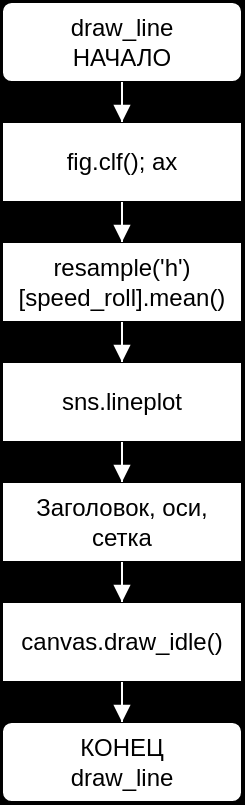
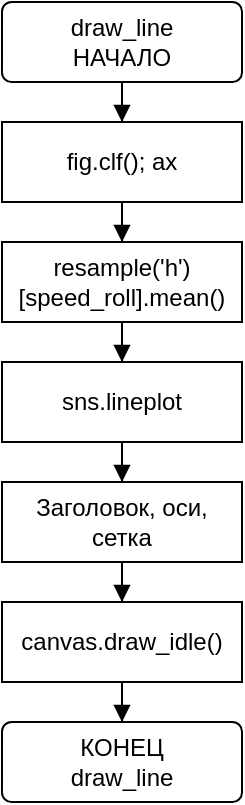
<mxfile host="Electron" version="29.6.1">
  <diagram name="Страница-1" id="d1">
-     <mxGraphModel dx="1400" dy="800" grid="1" gridSize="10" guides="1" tooltips="1" connect="1" arrows="1" fold="1" page="0" pageScale="1" pageWidth="827" pageHeight="1169" math="0" shadow="0" background="#000000">
+     <mxGraphModel dx="1400" dy="800" grid="1" gridSize="10" guides="1" tooltips="1" connect="1" arrows="1" fold="1" page="0" pageScale="1" pageWidth="827" pageHeight="1169" math="0" shadow="0" background="#ffffff">
      <root>
        <mxCell id="0" />
        <mxCell id="1" parent="0" />
        <mxCell id="a" value="&lt;div&gt;draw_line&lt;/div&gt;&lt;div&gt;НАЧАЛО&lt;/div&gt;" style="rounded=1;arcSize=12;whiteSpace=wrap;html=1;fillColor=#ffffff;strokeColor=#000000;fontColor=#000000;" vertex="1" parent="1"><mxGeometry x="160" y="0" width="120" height="40" as="geometry" /></mxCell>
        <mxCell id="p1" value="fig.clf(); ax" style="rounded=0;whiteSpace=wrap;html=1;fillColor=#ffffff;strokeColor=#000000;fontColor=#000000;" vertex="1" parent="1"><mxGeometry x="160" y="60" width="120" height="40" as="geometry" /></mxCell>
        <mxCell id="p2" value="resample('h')[speed_roll].mean()" style="rounded=0;whiteSpace=wrap;html=1;fillColor=#ffffff;strokeColor=#000000;fontColor=#000000;" vertex="1" parent="1"><mxGeometry x="160" y="120" width="120" height="40" as="geometry" /></mxCell>
        <mxCell id="p3" value="sns.lineplot" style="rounded=0;whiteSpace=wrap;html=1;fillColor=#ffffff;strokeColor=#000000;fontColor=#000000;" vertex="1" parent="1"><mxGeometry x="160" y="180" width="120" height="40" as="geometry" /></mxCell>
        <mxCell id="p4" value="Заголовок, оси, сетка" style="rounded=0;whiteSpace=wrap;html=1;fillColor=#ffffff;strokeColor=#000000;fontColor=#000000;" vertex="1" parent="1"><mxGeometry x="160" y="240" width="120" height="40" as="geometry" /></mxCell>
        <mxCell id="p5" value="canvas.draw_idle()" style="rounded=0;whiteSpace=wrap;html=1;fillColor=#ffffff;strokeColor=#000000;fontColor=#000000;" vertex="1" parent="1"><mxGeometry x="160" y="300" width="120" height="40" as="geometry" /></mxCell>
        <mxCell id="e" value="&lt;div&gt;КОНЕЦ&lt;/div&gt;&lt;div&gt;draw_line&lt;/div&gt;" style="rounded=1;arcSize=12;whiteSpace=wrap;html=1;fillColor=#ffffff;strokeColor=#000000;fontColor=#000000;" vertex="1" parent="1"><mxGeometry x="160" y="360" width="120" height="40" as="geometry" /></mxCell>
-         <mxCell id="e0" value="" style="edgeStyle=orthogonalEdgeStyle;rounded=0;orthogonalLoop=1;jettySize=auto;html=1;endArrow=block;endFill=1;strokeColor=#ffffff;fontColor=#ffffff;" edge="1" parent="1" source="a" target="p1"><mxGeometry relative="1" as="geometry" /></mxCell>
-         <mxCell id="e1" value="" style="edgeStyle=orthogonalEdgeStyle;rounded=0;orthogonalLoop=1;jettySize=auto;html=1;endArrow=block;endFill=1;strokeColor=#ffffff;fontColor=#ffffff;" edge="1" parent="1" source="p1" target="p2"><mxGeometry relative="1" as="geometry" /></mxCell>
-         <mxCell id="e2" value="" style="edgeStyle=orthogonalEdgeStyle;rounded=0;orthogonalLoop=1;jettySize=auto;html=1;endArrow=block;endFill=1;strokeColor=#ffffff;fontColor=#ffffff;" edge="1" parent="1" source="p2" target="p3"><mxGeometry relative="1" as="geometry" /></mxCell>
-         <mxCell id="e3" value="" style="edgeStyle=orthogonalEdgeStyle;rounded=0;orthogonalLoop=1;jettySize=auto;html=1;endArrow=block;endFill=1;strokeColor=#ffffff;fontColor=#ffffff;" edge="1" parent="1" source="p3" target="p4"><mxGeometry relative="1" as="geometry" /></mxCell>
-         <mxCell id="e4" value="" style="edgeStyle=orthogonalEdgeStyle;rounded=0;orthogonalLoop=1;jettySize=auto;html=1;endArrow=block;endFill=1;strokeColor=#ffffff;fontColor=#ffffff;" edge="1" parent="1" source="p4" target="p5"><mxGeometry relative="1" as="geometry" /></mxCell>
-         <mxCell id="e5" value="" style="edgeStyle=orthogonalEdgeStyle;rounded=0;orthogonalLoop=1;jettySize=auto;html=1;endArrow=block;endFill=1;strokeColor=#ffffff;fontColor=#ffffff;" edge="1" parent="1" source="p5" target="e"><mxGeometry relative="1" as="geometry" /></mxCell>
+         <mxCell id="e0" value="" style="edgeStyle=orthogonalEdgeStyle;rounded=0;orthogonalLoop=1;jettySize=auto;html=1;endArrow=block;endFill=1;strokeColor=#000000;fontColor=#000000;" edge="1" parent="1" source="a" target="p1"><mxGeometry relative="1" as="geometry" /></mxCell>
+         <mxCell id="e1" value="" style="edgeStyle=orthogonalEdgeStyle;rounded=0;orthogonalLoop=1;jettySize=auto;html=1;endArrow=block;endFill=1;strokeColor=#000000;fontColor=#000000;" edge="1" parent="1" source="p1" target="p2"><mxGeometry relative="1" as="geometry" /></mxCell>
+         <mxCell id="e2" value="" style="edgeStyle=orthogonalEdgeStyle;rounded=0;orthogonalLoop=1;jettySize=auto;html=1;endArrow=block;endFill=1;strokeColor=#000000;fontColor=#000000;" edge="1" parent="1" source="p2" target="p3"><mxGeometry relative="1" as="geometry" /></mxCell>
+         <mxCell id="e3" value="" style="edgeStyle=orthogonalEdgeStyle;rounded=0;orthogonalLoop=1;jettySize=auto;html=1;endArrow=block;endFill=1;strokeColor=#000000;fontColor=#000000;" edge="1" parent="1" source="p3" target="p4"><mxGeometry relative="1" as="geometry" /></mxCell>
+         <mxCell id="e4" value="" style="edgeStyle=orthogonalEdgeStyle;rounded=0;orthogonalLoop=1;jettySize=auto;html=1;endArrow=block;endFill=1;strokeColor=#000000;fontColor=#000000;" edge="1" parent="1" source="p4" target="p5"><mxGeometry relative="1" as="geometry" /></mxCell>
+         <mxCell id="e5" value="" style="edgeStyle=orthogonalEdgeStyle;rounded=0;orthogonalLoop=1;jettySize=auto;html=1;endArrow=block;endFill=1;strokeColor=#000000;fontColor=#000000;" edge="1" parent="1" source="p5" target="e"><mxGeometry relative="1" as="geometry" /></mxCell>
      </root>
    </mxGraphModel>
  </diagram>
</mxfile>